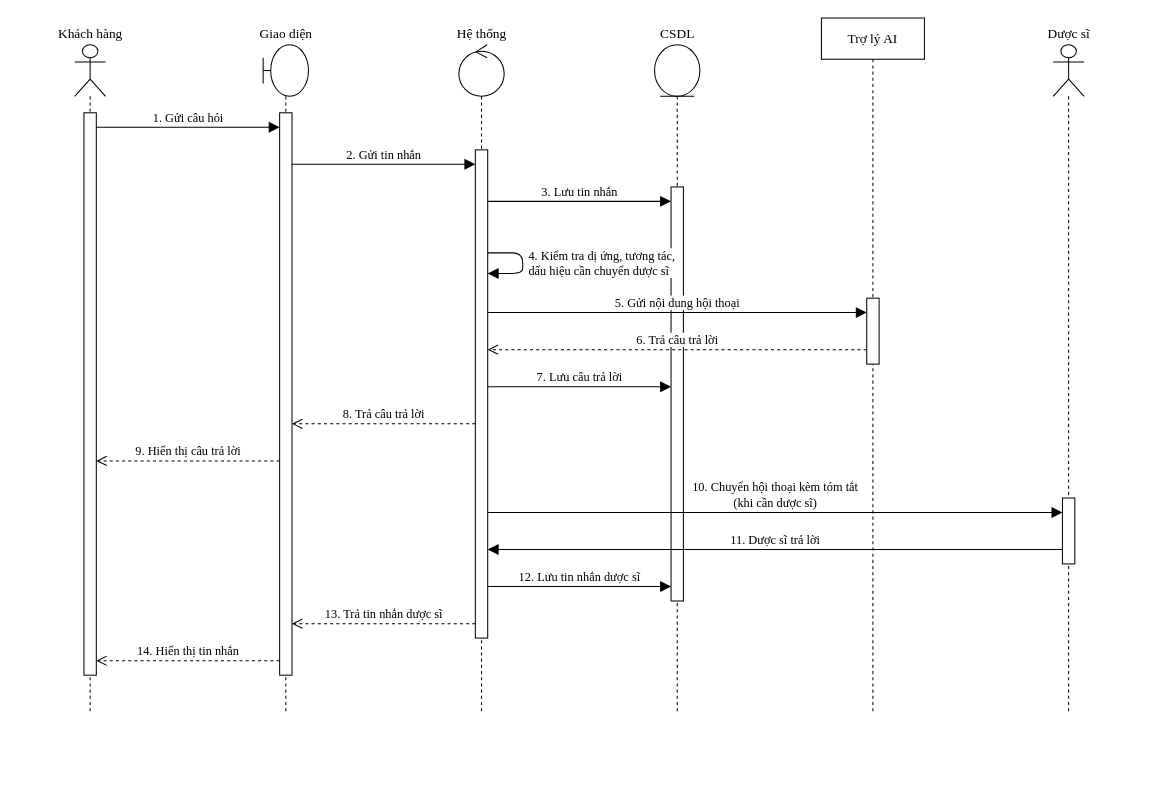
The draw.io diagram docs/drawio/tuan-tu-don-gian/sd05-tu-van.drawio in ngocanh82205/Hieuthuoc, before the edit. Source tidied: cells renumbered, new cells numbered last; positions are measured from the earlier drawing's top-left corner, leaving out a move shared by most shapes. Both pictures are drawn from the tidied source at 103%, with x=0, y=0 at pixel (74, 18).
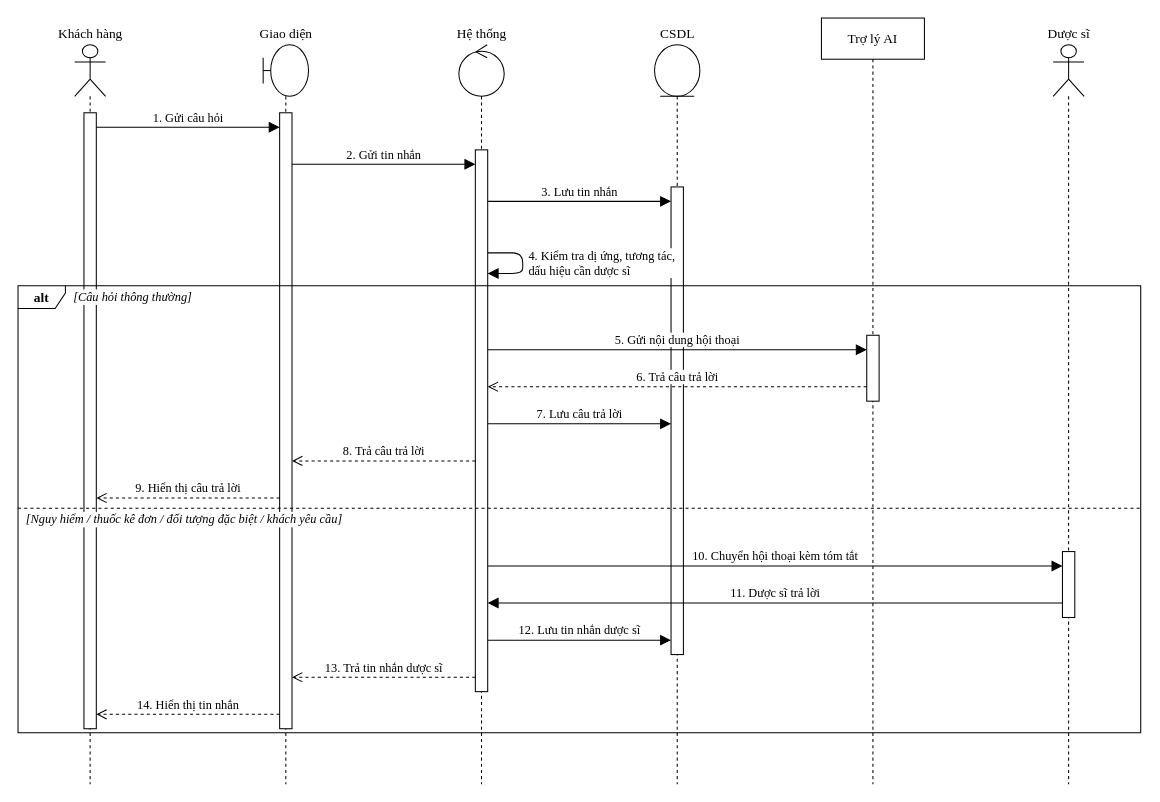
The same diagram, later.

Change to the diagram source:
```diff
@@
     <mxCell id="2" value="Khách hàng" style="shape=umlLifeline;perimeter=lifelinePerimeter;participant=umlActor;whiteSpace=nowrap;html=1;verticalAlign=bottom;labelPosition=center;verticalLabelPosition=top;align=center;size=50;fontFamily=Times New Roman;fontSize=13;fillColor=#ffffff;strokeColor=#000000;" parent="1" vertex="1">
-      <mxGeometry y="26" width="30" height="648" as="geometry" />
+      <mxGeometry y="26" width="30" height="718" as="geometry" />
     </mxCell>
     <mxCell id="3" value="Giao diện" style="shape=umlLifeline;perimeter=lifelinePerimeter;participant=umlBoundary;whiteSpace=nowrap;html=1;verticalAlign=bottom;labelPosition=center;verticalLabelPosition=top;align=center;size=50;fontFamily=Times New Roman;fontSize=13;fillColor=#ffffff;strokeColor=#000000;" parent="1" vertex="1">
-      <mxGeometry x="183" y="26" width="44" height="648" as="geometry" />
+      <mxGeometry x="183" y="26" width="44" height="718" as="geometry" />
     </mxCell>
     <mxCell id="4" value="Hệ thống" style="shape=umlLifeline;perimeter=lifelinePerimeter;participant=umlControl;whiteSpace=nowrap;html=1;verticalAlign=bottom;labelPosition=center;verticalLabelPosition=top;align=center;size=50;fontFamily=Times New Roman;fontSize=13;fillColor=#ffffff;strokeColor=#000000;" parent="1" vertex="1">
-      <mxGeometry x="373" y="26" width="44" height="648" as="geometry" />
+      <mxGeometry x="373" y="26" width="44" height="718" as="geometry" />
     </mxCell>
     <mxCell id="5" value="CSDL" style="shape=umlLifeline;perimeter=lifelinePerimeter;participant=umlEntity;whiteSpace=nowrap;html=1;verticalAlign=bottom;labelPosition=center;verticalLabelPosition=top;align=center;size=50;fontFamily=Times New Roman;fontSize=13;fillColor=#ffffff;strokeColor=#000000;" parent="1" vertex="1">
-      <mxGeometry x="563" y="26" width="44" height="648" as="geometry" />
+      <mxGeometry x="563" y="26" width="44" height="718" as="geometry" />
     </mxCell>
     <mxCell id="6" value="Trợ lý AI" style="shape=umlLifeline;perimeter=lifelinePerimeter;whiteSpace=wrap;html=1;size=40;fontFamily=Times New Roman;fontSize=13;fillColor=#ffffff;strokeColor=#000000;" parent="1" vertex="1">
-      <mxGeometry x="725" width="100" height="674" as="geometry" />
+      <mxGeometry x="725" width="100" height="744" as="geometry" />
     </mxCell>
     <mxCell id="7" value="Dược sĩ" style="shape=umlLifeline;perimeter=lifelinePerimeter;participant=umlActor;whiteSpace=nowrap;html=1;verticalAlign=bottom;labelPosition=center;verticalLabelPosition=top;align=center;size=50;fontFamily=Times New Roman;fontSize=13;fillColor=#ffffff;strokeColor=#000000;" parent="1" vertex="1">
-      <mxGeometry x="950" y="26" width="30" height="648" as="geometry" />
+      <mxGeometry x="950" y="26" width="30" height="718" as="geometry" />
     </mxCell>
     <mxCell id="8" style="html=1;perimeter=orthogonalPerimeter;fillColor=#ffffff;strokeColor=#000000;" parent="1" vertex="1">
-      <mxGeometry x="9" y="92" width="12" height="546" as="geometry" />
+      <mxGeometry x="9" y="92" width="12" height="598" as="geometry" />
     </mxCell>
     <mxCell id="9" style="html=1;perimeter=orthogonalPerimeter;fillColor=#ffffff;strokeColor=#000000;" parent="1" vertex="1">
-      <mxGeometry x="199" y="92" width="12" height="546" as="geometry" />
+      <mxGeometry x="199" y="92" width="12" height="598" as="geometry" />
     </mxCell>
     <mxCell id="10" style="html=1;perimeter=orthogonalPerimeter;fillColor=#ffffff;strokeColor=#000000;" parent="1" vertex="1">
-      <mxGeometry x="389" y="128" width="12" height="474" as="geometry" />
+      <mxGeometry x="389" y="128" width="12" height="526" as="geometry" />
     </mxCell>
     <mxCell id="11" style="html=1;perimeter=orthogonalPerimeter;fillColor=#ffffff;strokeColor=#000000;" parent="1" vertex="1">
-      <mxGeometry x="579" y="164" width="12" height="402" as="geometry" />
+      <mxGeometry x="579" y="164" width="12" height="454" as="geometry" />
     </mxCell>
     <mxCell id="12" style="html=1;perimeter=orthogonalPerimeter;fillColor=#ffffff;strokeColor=#000000;" parent="1" vertex="1">
-      <mxGeometry x="769" y="272" width="12" height="64" as="geometry" />
+      <mxGeometry x="769" y="308" width="12" height="64" as="geometry" />
     </mxCell>
     <mxCell id="13" style="html=1;perimeter=orthogonalPerimeter;fillColor=#ffffff;strokeColor=#000000;" parent="1" vertex="1">
-      <mxGeometry x="959" y="466" width="12" height="64" as="geometry" />
+      <mxGeometry x="959" y="518" width="12" height="64" as="geometry" />
     </mxCell>
-    <mxCell id="14" value="1. Gửi câu hỏi" style="html=1;verticalAlign=bottom;fontFamily=Times New Roman;fontSize=13;fontSize=12;strokeColor=#000000;labelBackgroundColor=#ffffff;endArrow=block;endFill=1;endSize=8;" parent="1" edge="1">
-      <mxGeometry relative="1" as="geometry">
-        <mxPoint x="21" y="106" as="sourcePoint" />
-        <mxPoint x="199" y="106" as="targetPoint" />
-      </mxGeometry>
-    </mxCell>
-    <mxCell id="15" value="2. Gửi tin nhắn" style="html=1;verticalAlign=bottom;fontFamily=Times New Roman;fontSize=13;fontSize=12;strokeColor=#000000;labelBackgroundColor=#ffffff;endArrow=block;endFill=1;endSize=8;" parent="1" edge="1">
-      <mxGeometry relative="1" as="geometry">
-        <mxPoint x="211" y="142" as="sourcePoint" />
-        <mxPoint x="389" y="142" as="targetPoint" />
-      </mxGeometry>
-    </mxCell>
+    <mxCell id="28" value="alt" style="shape=umlFrame;whiteSpace=wrap;html=1;width=46;height=22;fontStyle=1;fontFamily=Times New Roman;fontSize=13;strokeColor=#000000;fillColor=none;" parent="1" vertex="1">
+      <mxGeometry x="-55" y="260" width="1090" height="434" as="geometry" />
+    </mxCell>
+    <mxCell id="29" value="[Câu hỏi thông thường]" style="text;html=1;align=left;verticalAlign=middle;fontFamily=Times New Roman;fontSize=13;fontSize=12;fontStyle=2;labelBackgroundColor=#ffffff;" parent="1" vertex="1">
+      <mxGeometry x="-3" y="261" width="175.2" height="20" as="geometry" />
+    </mxCell>
-    <mxCell id="16" value="3. Lưu tin nhắn" style="html=1;verticalAlign=bottom;fontFamily=Times New Roman;fontSize=13;fontSize=12;strokeColor=#000000;labelBackgroundColor=#ffffff;endArrow=block;endFill=1;endSize=8;" parent="1" edge="1">
+    <mxCell id="16" style="html=1;endArrow=none;dashed=1;strokeColor=#000000;" parent="1" edge="1">
       <mxGeometry relative="1" as="geometry">
-        <mxPoint x="401" y="178" as="sourcePoint" />
-        <mxPoint x="579" y="178" as="targetPoint" />
+        <mxPoint x="-55" y="476" as="sourcePoint" />
+        <mxPoint x="1035" y="476" as="targetPoint" />
       </mxGeometry>
     </mxCell>
-    <mxCell id="17" value="4. Kiểm tra dị ứng, tương tác,&lt;br&gt;dấu hiệu cần chuyển dược sĩ" style="html=1;verticalAlign=middle;fontFamily=Times New Roman;fontSize=13;fontSize=12;strokeColor=#000000;labelBackgroundColor=#ffffff;endArrow=block;endFill=1;endSize=8;align=left;spacingLeft=4;" parent="1" edge="1">
-      <mxGeometry relative="1" as="geometry">
-        <mxPoint x="401" y="228" as="sourcePoint" />
-        <mxPoint x="401" y="248" as="targetPoint" />
-        <Array as="points">
-          <mxPoint x="435" y="228" />
-          <mxPoint x="435" y="248" />
-        </Array>
-      </mxGeometry>
-    </mxCell>
+    <mxCell id="30" value="[Nguy hiểm / thuốc kê đơn / đối tượng đặc biệt / khách yêu cầu]" style="text;html=1;align=left;verticalAlign=middle;fontFamily=Times New Roman;fontSize=13;fontSize=12;fontStyle=2;labelBackgroundColor=#ffffff;" parent="1" vertex="1">
+      <mxGeometry x="-49" y="477" width="460.6" height="20" as="geometry" />
+    </mxCell>
-    <mxCell id="18" value="5. Gửi nội dung hội thoại" style="html=1;verticalAlign=bottom;fontFamily=Times New Roman;fontSize=13;fontSize=12;strokeColor=#000000;labelBackgroundColor=#ffffff;endArrow=block;endFill=1;endSize=8;" parent="1" edge="1">
+    <mxCell id="18" value="1. Gửi câu hỏi" style="html=1;verticalAlign=bottom;fontFamily=Times New Roman;fontSize=13;fontSize=12;strokeColor=#000000;labelBackgroundColor=#ffffff;endArrow=block;endFill=1;endSize=8;" parent="1" edge="1">
       <mxGeometry relative="1" as="geometry">
-        <mxPoint x="401" y="286" as="sourcePoint" />
-        <mxPoint x="769" y="286" as="targetPoint" />
+        <mxPoint x="21" y="106" as="sourcePoint" />
+        <mxPoint x="199" y="106" as="targetPoint" />
       </mxGeometry>
     </mxCell>
-    <mxCell id="19" value="6. Trả câu trả lời" style="html=1;verticalAlign=bottom;fontFamily=Times New Roman;fontSize=13;fontSize=12;strokeColor=#000000;labelBackgroundColor=#ffffff;dashed=1;endArrow=open;endSize=8;" parent="1" edge="1">
+    <mxCell id="19" value="2. Gửi tin nhắn" style="html=1;verticalAlign=bottom;fontFamily=Times New Roman;fontSize=13;fontSize=12;strokeColor=#000000;labelBackgroundColor=#ffffff;endArrow=block;endFill=1;endSize=8;" parent="1" edge="1">
       <mxGeometry relative="1" as="geometry">
-        <mxPoint x="769" y="322" as="sourcePoint" />
-        <mxPoint x="401" y="322" as="targetPoint" />
+        <mxPoint x="211" y="142" as="sourcePoint" />
+        <mxPoint x="389" y="142" as="targetPoint" />
       </mxGeometry>
     </mxCell>
-    <mxCell id="20" value="7. Lưu câu trả lời" style="html=1;verticalAlign=bottom;fontFamily=Times New Roman;fontSize=13;fontSize=12;strokeColor=#000000;labelBackgroundColor=#ffffff;endArrow=block;endFill=1;endSize=8;" parent="1" edge="1">
+    <mxCell id="20" value="3. Lưu tin nhắn" style="html=1;verticalAlign=bottom;fontFamily=Times New Roman;fontSize=13;fontSize=12;strokeColor=#000000;labelBackgroundColor=#ffffff;endArrow=block;endFill=1;endSize=8;" parent="1" edge="1">
       <mxGeometry relative="1" as="geometry">
-        <mxPoint x="401" y="358" as="sourcePoint" />
-        <mxPoint x="579" y="358" as="targetPoint" />
+        <mxPoint x="401" y="178" as="sourcePoint" />
+        <mxPoint x="579" y="178" as="targetPoint" />
       </mxGeometry>
     </mxCell>
-    <mxCell id="21" value="8. Trả câu trả lời" style="html=1;verticalAlign=bottom;fontFamily=Times New Roman;fontSize=13;fontSize=12;strokeColor=#000000;labelBackgroundColor=#ffffff;dashed=1;endArrow=open;endSize=8;" parent="1" edge="1">
+    <mxCell id="21" value="4. Kiểm tra dị ứng, tương tác,&lt;br&gt;dấu hiệu cần dược sĩ" style="html=1;verticalAlign=middle;fontFamily=Times New Roman;fontSize=13;fontSize=12;strokeColor=#000000;labelBackgroundColor=#ffffff;endArrow=block;endFill=1;endSize=8;align=left;spacingLeft=4;" parent="1" edge="1">
       <mxGeometry relative="1" as="geometry">
-        <mxPoint x="389" y="394" as="sourcePoint" />
-        <mxPoint x="211" y="394" as="targetPoint" />
+        <mxPoint x="401" y="228" as="sourcePoint" />
+        <mxPoint x="401" y="248" as="targetPoint" />
+        <Array as="points">
+          <mxPoint x="435" y="228" />
+          <mxPoint x="435" y="248" />
+        </Array>
       </mxGeometry>
     </mxCell>
-    <mxCell id="22" value="9. Hiển thị câu trả lời" style="html=1;verticalAlign=bottom;fontFamily=Times New Roman;fontSize=13;fontSize=12;strokeColor=#000000;labelBackgroundColor=#ffffff;dashed=1;endArrow=open;endSize=8;" parent="1" edge="1">
+    <mxCell id="22" value="5. Gửi nội dung hội thoại" style="html=1;verticalAlign=bottom;fontFamily=Times New Roman;fontSize=13;fontSize=12;strokeColor=#000000;labelBackgroundColor=#ffffff;endArrow=block;endFill=1;endSize=8;" parent="1" edge="1">
       <mxGeometry relative="1" as="geometry">
-        <mxPoint x="199" y="430" as="sourcePoint" />
-        <mxPoint x="21" y="430" as="targetPoint" />
+        <mxPoint x="401" y="322" as="sourcePoint" />
+        <mxPoint x="769" y="322" as="targetPoint" />
       </mxGeometry>
     </mxCell>
-    <mxCell id="23" value="10. Chuyển hội thoại kèm tóm tắt&lt;br&gt;(khi cần dược sĩ)" style="html=1;verticalAlign=bottom;fontFamily=Times New Roman;fontSize=13;fontSize=12;strokeColor=#000000;labelBackgroundColor=#ffffff;endArrow=block;endFill=1;endSize=8;" parent="1" edge="1">
+    <mxCell id="23" value="6. Trả câu trả lời" style="html=1;verticalAlign=bottom;fontFamily=Times New Roman;fontSize=13;fontSize=12;strokeColor=#000000;labelBackgroundColor=#ffffff;dashed=1;endArrow=open;endSize=8;" parent="1" edge="1">
       <mxGeometry relative="1" as="geometry">
-        <mxPoint x="401" y="480" as="sourcePoint" />
-        <mxPoint x="959" y="480" as="targetPoint" />
+        <mxPoint x="769" y="358" as="sourcePoint" />
+        <mxPoint x="401" y="358" as="targetPoint" />
       </mxGeometry>
     </mxCell>
-    <mxCell id="24" value="11. Dược sĩ trả lời" style="html=1;verticalAlign=bottom;fontFamily=Times New Roman;fontSize=13;fontSize=12;strokeColor=#000000;labelBackgroundColor=#ffffff;endArrow=block;endFill=1;endSize=8;" parent="1" edge="1">
+    <mxCell id="24" value="7. Lưu câu trả lời" style="html=1;verticalAlign=bottom;fontFamily=Times New Roman;fontSize=13;fontSize=12;strokeColor=#000000;labelBackgroundColor=#ffffff;endArrow=block;endFill=1;endSize=8;" parent="1" edge="1">
       <mxGeometry relative="1" as="geometry">
-        <mxPoint x="959" y="516" as="sourcePoint" />
-        <mxPoint x="401" y="516" as="targetPoint" />
+        <mxPoint x="401" y="394" as="sourcePoint" />
+        <mxPoint x="579" y="394" as="targetPoint" />
       </mxGeometry>
     </mxCell>
-    <mxCell id="25" value="12. Lưu tin nhắn dược sĩ" style="html=1;verticalAlign=bottom;fontFamily=Times New Roman;fontSize=13;fontSize=12;strokeColor=#000000;labelBackgroundColor=#ffffff;endArrow=block;endFill=1;endSize=8;" parent="1" edge="1">
+    <mxCell id="25" value="8. Trả câu trả lời" style="html=1;verticalAlign=bottom;fontFamily=Times New Roman;fontSize=13;fontSize=12;strokeColor=#000000;labelBackgroundColor=#ffffff;dashed=1;endArrow=open;endSize=8;" parent="1" edge="1">
       <mxGeometry relative="1" as="geometry">
-        <mxPoint x="401" y="552" as="sourcePoint" />
-        <mxPoint x="579" y="552" as="targetPoint" />
+        <mxPoint x="389" y="430" as="sourcePoint" />
+        <mxPoint x="211" y="430" as="targetPoint" />
       </mxGeometry>
     </mxCell>
-    <mxCell id="26" value="13. Trả tin nhắn dược sĩ" style="html=1;verticalAlign=bottom;fontFamily=Times New Roman;fontSize=13;fontSize=12;strokeColor=#000000;labelBackgroundColor=#ffffff;dashed=1;endArrow=open;endSize=8;" parent="1" edge="1">
+    <mxCell id="26" value="9. Hiển thị câu trả lời" style="html=1;verticalAlign=bottom;fontFamily=Times New Roman;fontSize=13;fontSize=12;strokeColor=#000000;labelBackgroundColor=#ffffff;dashed=1;endArrow=open;endSize=8;" parent="1" edge="1">
       <mxGeometry relative="1" as="geometry">
-        <mxPoint x="389" y="588" as="sourcePoint" />
-        <mxPoint x="211" y="588" as="targetPoint" />
+        <mxPoint x="199" y="466" as="sourcePoint" />
+        <mxPoint x="21" y="466" as="targetPoint" />
       </mxGeometry>
     </mxCell>
-    <mxCell id="27" value="14. Hiển thị tin nhắn" style="html=1;verticalAlign=bottom;fontFamily=Times New Roman;fontSize=13;fontSize=12;strokeColor=#000000;labelBackgroundColor=#ffffff;dashed=1;endArrow=open;endSize=8;" parent="1" edge="1">
+    <mxCell id="27" value="10. Chuyển hội thoại kèm tóm tắt" style="html=1;verticalAlign=bottom;fontFamily=Times New Roman;fontSize=13;fontSize=12;strokeColor=#000000;labelBackgroundColor=#ffffff;endArrow=block;endFill=1;endSize=8;" parent="1" edge="1">
       <mxGeometry relative="1" as="geometry">
-        <mxPoint x="199" y="624" as="sourcePoint" />
-        <mxPoint x="21" y="624" as="targetPoint" />
+        <mxPoint x="401" y="532" as="sourcePoint" />
+        <mxPoint x="959" y="532" as="targetPoint" />
       </mxGeometry>
     </mxCell>
+    <mxCell id="31" value="11. Dược sĩ trả lời" style="html=1;verticalAlign=bottom;fontFamily=Times New Roman;fontSize=13;fontSize=12;strokeColor=#000000;labelBackgroundColor=#ffffff;endArrow=block;endFill=1;endSize=8;" parent="1" edge="1">
+      <mxGeometry relative="1" as="geometry">
+        <mxPoint x="959" y="568" as="sourcePoint" />
+        <mxPoint x="401" y="568" as="targetPoint" />
+      </mxGeometry>
+    </mxCell>
+    <mxCell id="32" value="12. Lưu tin nhắn dược sĩ" style="html=1;verticalAlign=bottom;fontFamily=Times New Roman;fontSize=13;fontSize=12;strokeColor=#000000;labelBackgroundColor=#ffffff;endArrow=block;endFill=1;endSize=8;" parent="1" edge="1">
+      <mxGeometry relative="1" as="geometry">
+        <mxPoint x="401" y="604" as="sourcePoint" />
+        <mxPoint x="579" y="604" as="targetPoint" />
+      </mxGeometry>
+    </mxCell>
+    <mxCell id="33" value="13. Trả tin nhắn dược sĩ" style="html=1;verticalAlign=bottom;fontFamily=Times New Roman;fontSize=13;fontSize=12;strokeColor=#000000;labelBackgroundColor=#ffffff;dashed=1;endArrow=open;endSize=8;" parent="1" edge="1">
+      <mxGeometry relative="1" as="geometry">
+        <mxPoint x="389" y="640" as="sourcePoint" />
+        <mxPoint x="211" y="640" as="targetPoint" />
+      </mxGeometry>
+    </mxCell>
+    <mxCell id="34" value="14. Hiển thị tin nhắn" style="html=1;verticalAlign=bottom;fontFamily=Times New Roman;fontSize=13;fontSize=12;strokeColor=#000000;labelBackgroundColor=#ffffff;dashed=1;endArrow=open;endSize=8;" parent="1" edge="1">
+      <mxGeometry relative="1" as="geometry">
+        <mxPoint x="199" y="676" as="sourcePoint" />
+        <mxPoint x="21" y="676" as="targetPoint" />
+      </mxGeometry>
+    </mxCell>
```
